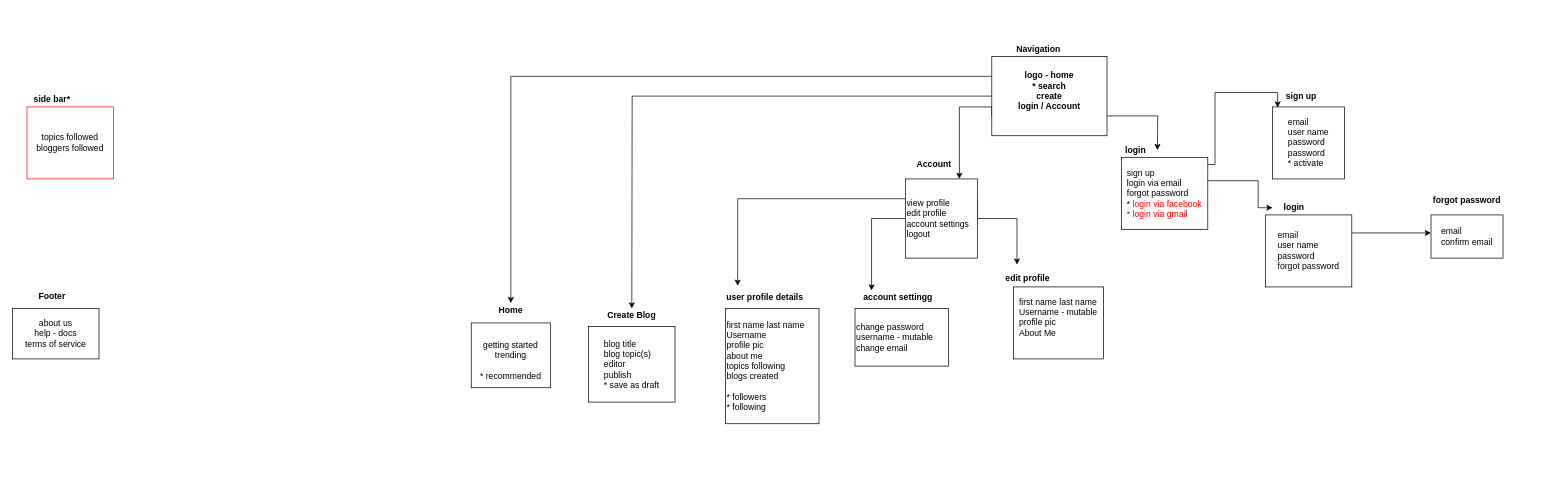
Before: doc/first_Diagram.drawio in NikhilistRaj/blog-web-app, a draw.io diagram. Source tidied: cells renumbered, new cells numbered last; positions are measured from the earlier drawing's top-left corner, leaving out a move shared by most shapes. Both pictures are drawn from the tidied source at 72%, with x=0, y=0 at pixel (12, 42).
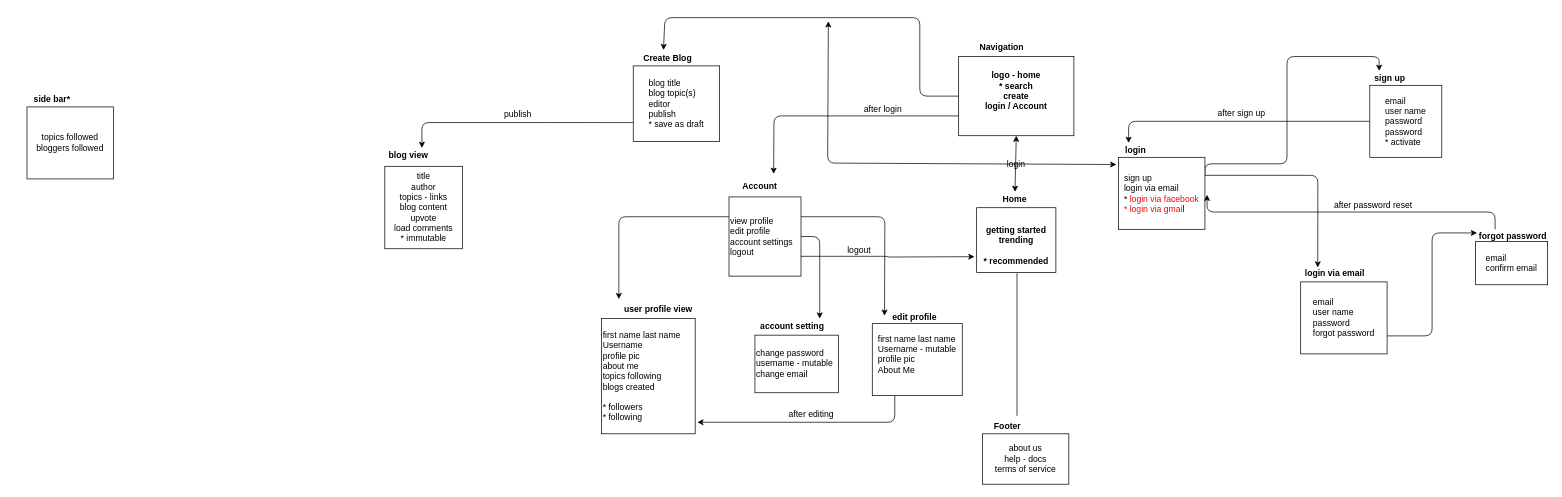
After the change.

Unchanged cells that the change refers to:
```xml
<mxCell id="8" value="&lt;b&gt;login&lt;/b&gt;" style="text;html=1;strokeColor=none;fillColor=none;align=center;verticalAlign=middle;whiteSpace=wrap;rounded=0;" parent="1" vertex="1">
  <mxGeometry x="1540" y="140" width="40" height="20" as="geometry" />
</mxCell>
```

Change to the diagram source:
```diff
@@
-    <mxCell id="2" style="edgeStyle=orthogonalEdgeStyle;rounded=0;jettySize=auto;html=1;exitX=1;exitY=0.75;exitDx=0;exitDy=0;" parent="1" edge="1" source="6">
-      <mxGeometry relative="1" as="geometry">
-        <mxPoint x="1590" y="150" as="targetPoint" />
-      </mxGeometry>
-    </mxCell>
-    <mxCell id="3" style="edgeStyle=orthogonalEdgeStyle;rounded=0;jettySize=auto;html=1;exitX=0;exitY=0.75;exitDx=0;exitDy=0;entryX=0.75;entryY=0;entryDx=0;entryDy=0;" parent="1" edge="1" source="6" target="15">
-      <mxGeometry relative="1" as="geometry">
-        <Array as="points">
-          <mxPoint x="1360" y="90" />
-          <mxPoint x="1315" y="90" />
-        </Array>
-      </mxGeometry>
-    </mxCell>
-    <mxCell id="4" style="edgeStyle=orthogonalEdgeStyle;rounded=0;jettySize=auto;html=1;exitX=0;exitY=0.5;exitDx=0;exitDy=0;" parent="1" edge="1" source="6">
-      <mxGeometry relative="1" as="geometry">
-        <mxPoint x="860" y="370" as="targetPoint" />
-      </mxGeometry>
-    </mxCell>
-    <mxCell id="5" style="edgeStyle=orthogonalEdgeStyle;rounded=0;jettySize=auto;html=1;exitX=0;exitY=0.25;exitDx=0;exitDy=0;entryX=0.5;entryY=0;entryDx=0;entryDy=0;" parent="1" edge="1" source="6" target="24">
-      <mxGeometry relative="1" as="geometry" />
-    </mxCell>
+    <mxCell id="38" style="edgeStyle=orthogonalEdgeStyle;curved=0;rounded=1;sketch=0;jettySize=auto;html=1;exitX=0;exitY=0.75;exitDx=0;exitDy=0;" parent="1" edge="1" source="6">
+      <mxGeometry relative="1" as="geometry">
+        <mxPoint x="1057" y="183" as="targetPoint" />
+      </mxGeometry>
+    </mxCell>
     <mxCell id="6" value="&lt;div&gt;&lt;div&gt;&lt;b&gt;logo - home&lt;br&gt;&lt;/b&gt;&lt;/div&gt;&lt;div&gt;&lt;b&gt;* search&lt;/b&gt;&lt;/div&gt;&lt;/div&gt;&lt;div&gt;&lt;b&gt;create&lt;/b&gt;&lt;/div&gt;&lt;div&gt;&lt;b&gt;login / Account&lt;br&gt;&lt;/b&gt;&lt;/div&gt;&lt;div&gt;&lt;br&gt;&lt;/div&gt;" style="rounded=0;whiteSpace=wrap;html=1;" parent="1" vertex="1">
-      <mxGeometry x="1360" y="20" width="160" height="110" as="geometry" />
+      <mxGeometry x="1314" y="20" width="160" height="110" as="geometry" />
     </mxCell>
+    <mxCell id="39" style="edgeStyle=orthogonalEdgeStyle;curved=0;rounded=1;sketch=0;jettySize=auto;html=1;exitX=1;exitY=0.25;exitDx=0;exitDy=0;entryX=0.25;entryY=0;entryDx=0;entryDy=0;" parent="1" edge="1" source="7" target="25">
+      <mxGeometry relative="1" as="geometry">
+        <Array as="points">
+          <mxPoint x="1656" y="169" />
+          <mxPoint x="1770" y="169" />
+          <mxPoint x="1770" y="20" />
+          <mxPoint x="1898" y="20" />
+        </Array>
+      </mxGeometry>
+    </mxCell>
+    <mxCell id="40" style="edgeStyle=orthogonalEdgeStyle;curved=0;rounded=1;sketch=0;jettySize=auto;html=1;exitX=1;exitY=0.25;exitDx=0;exitDy=0;entryX=0.25;entryY=0;entryDx=0;entryDy=0;" parent="1" edge="1" source="7" target="27">
+      <mxGeometry relative="1" as="geometry" />
+    </mxCell>
-    <mxCell id="7" value="&lt;div align=&quot;left&quot;&gt;sign up&lt;br&gt;&lt;/div&gt;&lt;div align=&quot;left&quot;&gt;login via email&lt;/div&gt;&lt;div align=&quot;left&quot;&gt;forgot password&lt;br&gt;&lt;/div&gt;&lt;div align=&quot;left&quot;&gt;*&lt;font color=&quot;#ff0000&quot;&gt; login via facebook&lt;/font&gt;&lt;/div&gt;&lt;div align=&quot;left&quot;&gt;&lt;font color=&quot;#ff0000&quot;&gt;* login via gmai&lt;/font&gt;l&lt;br&gt;&lt;/div&gt;" style="rounded=0;whiteSpace=wrap;html=1;" parent="1" vertex="1">
-      <mxGeometry x="1540" y="160" width="120" height="100" as="geometry" />
+    <mxCell id="7" value="&lt;div align=&quot;left&quot;&gt;sign up&lt;br&gt;&lt;/div&gt;&lt;div align=&quot;left&quot;&gt;login via email&lt;/div&gt;&lt;div align=&quot;left&quot;&gt;*&lt;font color=&quot;#ff0000&quot;&gt; login via facebook&lt;/font&gt;&lt;/div&gt;&lt;div align=&quot;left&quot;&gt;&lt;font color=&quot;#ff0000&quot;&gt;* login via gmai&lt;/font&gt;l&lt;br&gt;&lt;/div&gt;" style="rounded=0;whiteSpace=wrap;html=1;" parent="1" vertex="1">
+      <mxGeometry x="1536" y="160" width="120" height="100" as="geometry" />
     </mxCell>
@@
     <mxCell id="9" value="&lt;b&gt;Navigation&lt;/b&gt;" style="text;html=1;strokeColor=none;fillColor=none;align=center;verticalAlign=middle;whiteSpace=wrap;rounded=0;" parent="1" vertex="1">
-      <mxGeometry x="1390" width="70" height="20" as="geometry" />
+      <mxGeometry x="1339" y="-2.5" width="70" height="20" as="geometry" />
     </mxCell>
-    <mxCell id="10" style="edgeStyle=orthogonalEdgeStyle;rounded=0;jettySize=auto;html=1;exitX=1;exitY=0;exitDx=0;exitDy=0;entryX=0.07;entryY=0.01;entryDx=0;entryDy=0;entryPerimeter=0;" parent="1" edge="1" target="26">
-      <mxGeometry relative="1" as="geometry">
-        <mxPoint x="1660" y="170" as="sourcePoint" />
-        <Array as="points">
-          <mxPoint x="1670" y="170" />
-          <mxPoint x="1670" y="70" />
-          <mxPoint x="1757" y="70" />
-        </Array>
-      </mxGeometry>
-    </mxCell>
-    <mxCell id="11" style="edgeStyle=orthogonalEdgeStyle;rounded=0;jettySize=auto;html=1;exitX=1;exitY=0.25;exitDx=0;exitDy=0;" parent="1" edge="1" target="27">
-      <mxGeometry relative="1" as="geometry">
-        <mxPoint x="1660" y="192.5" as="sourcePoint" />
-        <Array as="points">
-          <mxPoint x="1730" y="193" />
-          <mxPoint x="1730" y="230" />
-        </Array>
-      </mxGeometry>
-    </mxCell>
+    <mxCell id="41" style="edgeStyle=orthogonalEdgeStyle;curved=0;rounded=1;sketch=0;jettySize=auto;html=1;exitX=1;exitY=0.25;exitDx=0;exitDy=0;" parent="1" edge="1" source="15">
+      <mxGeometry relative="1" as="geometry">
+        <mxPoint x="1211" y="380" as="targetPoint" />
+      </mxGeometry>
+    </mxCell>
+    <mxCell id="42" style="edgeStyle=orthogonalEdgeStyle;curved=0;rounded=1;sketch=0;jettySize=auto;html=1;exitX=1;exitY=0.75;exitDx=0;exitDy=0;" parent="1" edge="1" source="15">
+      <mxGeometry relative="1" as="geometry">
+        <mxPoint x="1336" y="298" as="targetPoint" />
+      </mxGeometry>
+    </mxCell>
-    <mxCell id="12" style="edgeStyle=orthogonalEdgeStyle;rounded=0;jettySize=auto;html=1;exitX=0;exitY=0.25;exitDx=0;exitDy=0;entryX=0.155;entryY=-0.05;entryDx=0;entryDy=0;entryPerimeter=0;" parent="1" edge="1" source="15" target="17">
+    <mxCell id="12" style="edgeStyle=orthogonalEdgeStyle;curved=0;rounded=1;sketch=0;jettySize=auto;html=1;exitX=0;exitY=0.25;exitDx=0;exitDy=0;entryX=0;entryY=0;entryDx=0;entryDy=0;" parent="1" edge="1" source="15" target="17">
       <mxGeometry relative="1" as="geometry" />
     </mxCell>
-    <mxCell id="13" style="edgeStyle=orthogonalEdgeStyle;rounded=0;jettySize=auto;html=1;exitX=1;exitY=0.25;exitDx=0;exitDy=0;entryX=0.333;entryY=-0.117;entryDx=0;entryDy=0;entryPerimeter=0;" parent="1" edge="1" source="15" target="20">
-      <mxGeometry relative="1" as="geometry">
-        <Array as="points">
-          <mxPoint x="1340" y="245" />
-          <mxPoint x="1395" y="245" />
-        </Array>
-      </mxGeometry>
-    </mxCell>
-    <mxCell id="14" style="edgeStyle=orthogonalEdgeStyle;rounded=0;jettySize=auto;html=1;exitX=0;exitY=0.5;exitDx=0;exitDy=0;entryX=0.13;entryY=-0.167;entryDx=0;entryDy=0;entryPerimeter=0;" parent="1" edge="1" source="15" target="37">
+    <mxCell id="14" style="edgeStyle=orthogonalEdgeStyle;curved=0;rounded=1;sketch=0;jettySize=auto;html=1;exitX=1;exitY=0.5;exitDx=0;exitDy=0;entryX=0.88;entryY=-0.2;entryDx=0;entryDy=0;entryPerimeter=0;" parent="1" edge="1" source="15" target="37">
       <mxGeometry relative="1" as="geometry" />
     </mxCell>
     <mxCell id="15" value="&lt;div&gt;view profile&lt;/div&gt;&lt;div&gt;edit profile&lt;/div&gt;&lt;div&gt;account settings&lt;/div&gt;&lt;div&gt;logout&lt;br&gt;&lt;/div&gt;" style="rounded=0;whiteSpace=wrap;html=1;align=left;" parent="1" vertex="1">
-      <mxGeometry x="1240" y="190" width="100" height="110" as="geometry" />
+      <mxGeometry x="995" y="215" width="100" height="110" as="geometry" />
     </mxCell>
     <mxCell id="16" value="&lt;b&gt;Account&lt;/b&gt;" style="text;html=1;strokeColor=none;fillColor=none;align=center;verticalAlign=middle;whiteSpace=wrap;rounded=0;" parent="1" vertex="1">
-      <mxGeometry x="1260" y="160" width="40" height="20" as="geometry" />
+      <mxGeometry x="1018" y="190" width="40" height="20" as="geometry" />
     </mxCell>
-    <mxCell id="17" value="&lt;b&gt;user profile details&lt;/b&gt;" style="text;html=1;strokeColor=none;fillColor=none;align=center;verticalAlign=middle;whiteSpace=wrap;rounded=0;" parent="1" vertex="1">
-      <mxGeometry x="990" y="340" width="110" height="30" as="geometry" />
+    <mxCell id="17" value="&lt;b&gt;user profile view&lt;/b&gt;" style="text;html=1;strokeColor=none;fillColor=none;align=center;verticalAlign=middle;whiteSpace=wrap;rounded=0;" parent="1" vertex="1">
+      <mxGeometry x="842" y="357" width="110" height="30" as="geometry" />
     </mxCell>
+    <mxCell id="43" style="edgeStyle=orthogonalEdgeStyle;curved=0;rounded=1;sketch=0;jettySize=auto;html=1;exitX=0.25;exitY=1;exitDx=0;exitDy=0;entryX=1.023;entryY=0.9;entryDx=0;entryDy=0;entryPerimeter=0;" parent="1" edge="1" source="18" target="19">
+      <mxGeometry relative="1" as="geometry" />
+    </mxCell>
     <mxCell id="18" value="&lt;div align=&quot;left&quot;&gt;first name last name&lt;br&gt;&lt;/div&gt;&lt;div align=&quot;left&quot;&gt;Username - mutable&lt;br&gt;&lt;/div&gt;&lt;div align=&quot;left&quot;&gt;profile pic&lt;/div&gt;&lt;div align=&quot;left&quot;&gt;About Me&lt;br&gt;&lt;/div&gt;&lt;div align=&quot;left&quot;&gt;&lt;br&gt;&lt;/div&gt;" style="rounded=0;whiteSpace=wrap;html=1;align=center;" parent="1" vertex="1">
-      <mxGeometry x="1390" y="340" width="125" height="100" as="geometry" />
+      <mxGeometry x="1194" y="391" width="125" height="100" as="geometry" />
     </mxCell>
     <mxCell id="19" value="&lt;div align=&quot;left&quot;&gt;first name last name&lt;br&gt;&lt;/div&gt;&lt;div align=&quot;left&quot;&gt;Username&lt;br&gt;&lt;/div&gt;&lt;div align=&quot;left&quot;&gt;profile pic&lt;/div&gt;&lt;div align=&quot;left&quot;&gt;about me&lt;br&gt;&lt;/div&gt;&lt;div align=&quot;left&quot;&gt;topics following&lt;br&gt;&lt;/div&gt;&lt;div align=&quot;left&quot;&gt;blogs created&lt;/div&gt;&lt;div align=&quot;left&quot;&gt;&lt;br&gt;&lt;/div&gt;&lt;div align=&quot;left&quot;&gt;* followers&lt;/div&gt;&lt;div align=&quot;left&quot;&gt;* following&lt;br&gt;&lt;/div&gt;" style="rounded=0;whiteSpace=wrap;html=1;align=left;" parent="1" vertex="1">
-      <mxGeometry x="990" y="370" width="130" height="160" as="geometry" />
+      <mxGeometry x="818" y="384" width="130" height="160" as="geometry" />
     </mxCell>
     <mxCell id="20" value="&lt;b&gt;edit profile&lt;br&gt;&lt;/b&gt;" style="text;html=1;strokeColor=none;fillColor=none;align=center;verticalAlign=middle;whiteSpace=wrap;rounded=0;" parent="1" vertex="1">
-      <mxGeometry x="1365" y="312.5" width="90" height="30" as="geometry" />
+      <mxGeometry x="1208" y="368" width="90" height="30" as="geometry" />
     </mxCell>
     <mxCell id="21" value="&lt;b&gt;Create Blog&lt;br&gt;&lt;/b&gt;" style="text;html=1;strokeColor=none;fillColor=none;align=center;verticalAlign=middle;whiteSpace=wrap;rounded=0;" parent="1" vertex="1">
-      <mxGeometry x="820" y="370" width="80" height="20" as="geometry" />
+      <mxGeometry x="870" y="13" width="80" height="20" as="geometry" />
     </mxCell>
+    <mxCell id="44" style="edgeStyle=orthogonalEdgeStyle;curved=0;rounded=1;sketch=0;jettySize=auto;html=1;exitX=0;exitY=0.75;exitDx=0;exitDy=0;entryX=0.75;entryY=0;entryDx=0;entryDy=0;" parent="1" edge="1" source="22" target="52">
+      <mxGeometry relative="1" as="geometry" />
+    </mxCell>
     <mxCell id="22" value="&lt;div align=&quot;left&quot;&gt;blog title&lt;/div&gt;&lt;div align=&quot;left&quot;&gt;blog topic(s)&lt;/div&gt;&lt;div align=&quot;left&quot;&gt;editor&lt;/div&gt;&lt;div align=&quot;left&quot;&gt;publish&lt;br&gt;&lt;/div&gt;&lt;div align=&quot;left&quot;&gt;* save as draft&lt;br&gt;&lt;/div&gt;" style="rounded=0;whiteSpace=wrap;html=1;align=center;" parent="1" vertex="1">
-      <mxGeometry x="800" y="395" width="120" height="105" as="geometry" />
+      <mxGeometry x="862" y="33" width="120" height="105" as="geometry" />
     </mxCell>
-    <mxCell id="23" value="&lt;div&gt;&lt;br&gt;&lt;/div&gt;&lt;div&gt;getting started&lt;/div&gt;&lt;div&gt;trending&lt;br&gt;&lt;/div&gt;&lt;div&gt;&lt;br&gt;&lt;/div&gt;&lt;div&gt;* recommended&lt;br&gt;&lt;/div&gt;" style="rounded=0;whiteSpace=wrap;html=1;align=center;" parent="1" vertex="1">
-      <mxGeometry x="637" y="390" width="110" height="90" as="geometry" />
+    <mxCell id="23" value="&lt;div&gt;&lt;b&gt;&lt;br&gt;&lt;/b&gt;&lt;/div&gt;&lt;div&gt;&lt;b&gt;getting started&lt;/b&gt;&lt;/div&gt;&lt;div&gt;&lt;b&gt;trending&lt;br&gt;&lt;/b&gt;&lt;/div&gt;&lt;div&gt;&lt;b&gt;&lt;br&gt;&lt;/b&gt;&lt;/div&gt;&lt;div&gt;&lt;b&gt;* recommended&lt;br&gt;&lt;/b&gt;&lt;/div&gt;" style="rounded=0;whiteSpace=wrap;html=1;align=center;" parent="1" vertex="1">
+      <mxGeometry x="1339" y="230" width="110" height="90" as="geometry" />
     </mxCell>
     <mxCell id="24" value="&lt;b&gt;Home&lt;/b&gt;" style="text;html=1;strokeColor=none;fillColor=none;align=center;verticalAlign=middle;whiteSpace=wrap;rounded=0;" parent="1" vertex="1">
-      <mxGeometry x="672" y="362.5" width="40" height="20" as="geometry" />
+      <mxGeometry x="1372" y="208" width="40" height="20" as="geometry" />
     </mxCell>
     <mxCell id="25" value="&lt;b&gt;sign up&lt;/b&gt;" style="text;html=1;strokeColor=none;fillColor=none;align=center;verticalAlign=middle;whiteSpace=wrap;rounded=0;" parent="1" vertex="1">
-      <mxGeometry x="1760" y="65" width="60" height="20" as="geometry" />
+      <mxGeometry x="1883" y="40" width="60" height="20" as="geometry" />
     </mxCell>
+    <mxCell id="45" style="edgeStyle=orthogonalEdgeStyle;curved=0;rounded=1;sketch=0;jettySize=auto;html=1;exitX=0;exitY=0.5;exitDx=0;exitDy=0;entryX=0.25;entryY=0;entryDx=0;entryDy=0;" parent="1" edge="1" source="26" target="8">
+      <mxGeometry relative="1" as="geometry" />
+    </mxCell>
     <mxCell id="26" value="&lt;div align=&quot;left&quot;&gt;email&lt;/div&gt;&lt;div align=&quot;left&quot;&gt;user name&lt;/div&gt;&lt;div align=&quot;left&quot;&gt;password&lt;/div&gt;&lt;div align=&quot;left&quot;&gt;password&lt;/div&gt;&lt;div align=&quot;left&quot;&gt;* activate&lt;br&gt;&lt;/div&gt;" style="rounded=0;whiteSpace=wrap;html=1;" parent="1" vertex="1">
-      <mxGeometry x="1750" y="90" width="100" height="100" as="geometry" />
+      <mxGeometry x="1885" y="60" width="100" height="100" as="geometry" />
     </mxCell>
-    <mxCell id="27" value="&lt;b&gt;login&lt;/b&gt;" style="text;html=1;strokeColor=none;fillColor=none;align=center;verticalAlign=middle;whiteSpace=wrap;rounded=0;" parent="1" vertex="1">
-      <mxGeometry x="1750" y="220" width="60" height="20" as="geometry" />
+    <mxCell id="27" value="&lt;b&gt;login via email&lt;br&gt;&lt;/b&gt;" style="text;html=1;strokeColor=none;fillColor=none;align=center;verticalAlign=middle;whiteSpace=wrap;rounded=0;" parent="1" vertex="1">
+      <mxGeometry x="1789" y="313" width="95" height="18" as="geometry" />
     </mxCell>
-    <mxCell id="28" style="edgeStyle=orthogonalEdgeStyle;rounded=0;jettySize=auto;html=1;exitX=1;exitY=0.25;exitDx=0;exitDy=0;" parent="1" edge="1" source="29">
-      <mxGeometry relative="1" as="geometry">
-        <mxPoint x="1970" y="265" as="targetPoint" />
-      </mxGeometry>
-    </mxCell>
+    <mxCell id="46" style="edgeStyle=orthogonalEdgeStyle;curved=0;rounded=1;sketch=0;jettySize=auto;html=1;exitX=1;exitY=0.75;exitDx=0;exitDy=0;entryX=0;entryY=0.25;entryDx=0;entryDy=0;" parent="1" edge="1" source="29" target="31">
+      <mxGeometry relative="1" as="geometry" />
+    </mxCell>
     <mxCell id="29" value="&lt;div align=&quot;left&quot;&gt;email&lt;/div&gt;&lt;div align=&quot;left&quot;&gt;user name&lt;/div&gt;&lt;div align=&quot;left&quot;&gt;password&lt;/div&gt;&lt;div align=&quot;left&quot;&gt;forgot password&lt;br&gt;&lt;/div&gt;" style="rounded=0;whiteSpace=wrap;html=1;" parent="1" vertex="1">
-      <mxGeometry x="1740" y="240" width="120" height="100" as="geometry" />
+      <mxGeometry x="1789" y="333" width="120" height="100" as="geometry" />
     </mxCell>
     <mxCell id="30" value="&lt;div align=&quot;left&quot;&gt;email&lt;/div&gt;&lt;div align=&quot;left&quot;&gt;confirm email&lt;br&gt;&lt;/div&gt;" style="rounded=0;whiteSpace=wrap;html=1;" parent="1" vertex="1">
-      <mxGeometry x="1970" y="240" width="100" height="60" as="geometry" />
+      <mxGeometry x="2032" y="277" width="100" height="60" as="geometry" />
     </mxCell>
+    <mxCell id="47" style="edgeStyle=orthogonalEdgeStyle;curved=0;rounded=1;sketch=0;jettySize=auto;html=1;exitX=0.25;exitY=0;exitDx=0;exitDy=0;" parent="1" edge="1" source="31">
+      <mxGeometry relative="1" as="geometry">
+        <mxPoint x="1659" y="212" as="targetPoint" />
+        <Array as="points">
+          <mxPoint x="2059" y="236" />
+          <mxPoint x="1659" y="236" />
+        </Array>
+      </mxGeometry>
+    </mxCell>
     <mxCell id="31" value="&lt;b&gt;forgot password&lt;/b&gt;" style="text;html=1;strokeColor=none;fillColor=none;align=center;verticalAlign=middle;whiteSpace=wrap;rounded=0;" parent="1" vertex="1">
-      <mxGeometry x="1970" y="210" width="100" height="20" as="geometry" />
+      <mxGeometry x="2034" y="260" width="100" height="20" as="geometry" />
     </mxCell>
-    <mxCell id="32" value="&lt;div&gt;topics followed&lt;/div&gt;&lt;div&gt;bloggers followed&lt;br&gt;&lt;/div&gt;" style="rounded=0;whiteSpace=wrap;html=1;strokeColor=#FF0000;" parent="1" vertex="1">
+    <mxCell id="32" value="&lt;div&gt;topics followed&lt;/div&gt;&lt;div&gt;bloggers followed&lt;br&gt;&lt;/div&gt;" style="rounded=0;whiteSpace=wrap;html=1;" parent="1" vertex="1">
       <mxGeometry x="20" y="90" width="120" height="100" as="geometry" />
     </mxCell>
@@
     <mxCell id="34" value="&lt;div&gt;about us&lt;/div&gt;&lt;div&gt;help - docs&lt;br&gt;&lt;/div&gt;&lt;div&gt;terms of service&lt;br&gt;&lt;/div&gt;" style="rounded=0;whiteSpace=wrap;html=1;" parent="1" vertex="1">
-      <mxGeometry y="370" width="120" height="70" as="geometry" />
+      <mxGeometry x="1347" y="544" width="120" height="70" as="geometry" />
     </mxCell>
     <mxCell id="35" value="&lt;b&gt;Footer&lt;/b&gt;" style="text;html=1;strokeColor=none;fillColor=none;align=center;verticalAlign=middle;whiteSpace=wrap;rounded=0;" parent="1" vertex="1">
-      <mxGeometry x="20" y="342.5" width="70" height="20" as="geometry" />
+      <mxGeometry x="1347" y="524" width="70" height="20" as="geometry" />
     </mxCell>
     <mxCell id="36" value="&lt;div&gt;change password&lt;/div&gt;&lt;div&gt;username - mutable&lt;/div&gt;&lt;div&gt;change email&lt;br&gt;&lt;/div&gt;" style="rounded=0;whiteSpace=wrap;html=1;align=left;" parent="1" vertex="1">
-      <mxGeometry x="1170" y="370" width="130" height="80" as="geometry" />
+      <mxGeometry x="1031" y="407" width="116" height="80" as="geometry" />
     </mxCell>
-    <mxCell id="37" value="&lt;b&gt;account settingg&lt;/b&gt;" style="text;html=1;strokeColor=none;fillColor=none;align=center;verticalAlign=middle;whiteSpace=wrap;rounded=0;" parent="1" vertex="1">
-      <mxGeometry x="1180" y="347.5" width="100" height="15" as="geometry" />
+    <mxCell id="37" value="&lt;b&gt;account setting&lt;/b&gt;" style="text;html=1;strokeColor=none;fillColor=none;align=center;verticalAlign=middle;whiteSpace=wrap;rounded=0;" parent="1" vertex="1">
+      <mxGeometry x="1033" y="387" width="100" height="15" as="geometry" />
     </mxCell>
+    <mxCell id="48" style="endArrow=none;html=1;" parent="1" edge="1">
+      <mxGeometry relative="1" as="geometry">
+        <mxPoint x="1395" y="519" as="sourcePoint" />
+        <mxPoint x="1395" y="321" as="targetPoint" />
+        <Array as="points">
+          <mxPoint x="1395" y="430" />
+        </Array>
+      </mxGeometry>
+    </mxCell>
+    <mxCell id="49" value="logout" style="text;html=1;strokeColor=none;fillColor=none;align=center;verticalAlign=middle;whiteSpace=wrap;rounded=0;sketch=0;" parent="1" vertex="1">
+      <mxGeometry x="1156" y="272" width="40" height="36" as="geometry" />
+    </mxCell>
+    <mxCell id="50" style="endArrow=classic;startArrow=classic;html=1;exitX=-0.025;exitY=0.1;exitDx=0;exitDy=0;exitPerimeter=0;entryX=0.75;entryY=1;entryDx=0;entryDy=0;" parent="1" edge="1" source="7">
+      <mxGeometry relative="1" as="geometry">
+        <mxPoint x="1133" y="-29" as="targetPoint" />
+        <Array as="points">
+          <mxPoint x="1132" y="168" />
+        </Array>
+      </mxGeometry>
+    </mxCell>
+    <mxCell id="51" value="&lt;div&gt;title&lt;/div&gt;&lt;div&gt;author&lt;/div&gt;&lt;div&gt;topics - links&lt;/div&gt;&lt;div&gt;blog content&lt;/div&gt;&lt;div&gt;upvote&lt;/div&gt;&lt;div&gt;load comments&lt;/div&gt;&lt;div&gt;* immutable&lt;br&gt;&lt;/div&gt;" style="rounded=0;whiteSpace=wrap;html=1;sketch=0;" parent="1" vertex="1">
+      <mxGeometry x="517" y="172.5" width="108" height="114.5" as="geometry" />
+    </mxCell>
+    <mxCell id="52" value="&lt;b&gt;blog view&lt;/b&gt;" style="text;html=1;strokeColor=none;fillColor=none;align=center;verticalAlign=middle;whiteSpace=wrap;rounded=0;sketch=0;" parent="1" vertex="1">
+      <mxGeometry x="513" y="147" width="74" height="22" as="geometry" />
+    </mxCell>
+    <mxCell id="53" value="publish" style="text;html=1;strokeColor=none;fillColor=none;align=center;verticalAlign=middle;whiteSpace=wrap;rounded=0;sketch=0;" parent="1" vertex="1">
+      <mxGeometry x="682" y="90" width="40" height="20" as="geometry" />
+    </mxCell>
+    <mxCell id="54" style="endArrow=classic;startArrow=classic;html=1;entryX=0.5;entryY=1;entryDx=0;entryDy=0;" parent="1" edge="1" source="24" target="6">
+      <mxGeometry relative="1" as="geometry" />
+    </mxCell>
+    <mxCell id="55" style="endArrow=classic;html=1;exitX=0;exitY=0.5;exitDx=0;exitDy=0;entryX=0.425;entryY=-0.1;entryDx=0;entryDy=0;entryPerimeter=0;" parent="1" edge="1" source="6" target="21">
+      <mxGeometry relative="1" as="geometry">
+        <Array as="points">
+          <mxPoint x="1260" y="75" />
+          <mxPoint x="1260" y="-34" />
+          <mxPoint x="906" y="-34" />
+        </Array>
+      </mxGeometry>
+    </mxCell>
+    <mxCell id="56" value="login" style="text;html=1;strokeColor=none;fillColor=none;align=center;verticalAlign=middle;whiteSpace=wrap;rounded=0;sketch=0;" parent="1" vertex="1">
+      <mxGeometry x="1374" y="160" width="40" height="20" as="geometry" />
+    </mxCell>
+    <mxCell id="57" value="after login" style="text;html=1;strokeColor=none;fillColor=none;align=center;verticalAlign=middle;whiteSpace=wrap;rounded=0;sketch=0;" parent="1" vertex="1">
+      <mxGeometry x="1175" y="85" width="68" height="16" as="geometry" />
+    </mxCell>
+    <mxCell id="58" value="after sign up" style="text;html=1;strokeColor=none;fillColor=none;align=center;verticalAlign=middle;whiteSpace=wrap;rounded=0;sketch=0;" parent="1" vertex="1">
+      <mxGeometry x="1669" y="90" width="76" height="17" as="geometry" />
+    </mxCell>
+    <mxCell id="59" value="after password reset" style="text;html=1;strokeColor=none;fillColor=none;align=center;verticalAlign=middle;whiteSpace=wrap;rounded=0;sketch=0;" parent="1" vertex="1">
+      <mxGeometry x="1828" y="218" width="124" height="17" as="geometry" />
+    </mxCell>
+    <mxCell id="60" value="after editing" style="text;html=1;strokeColor=none;fillColor=none;align=center;verticalAlign=middle;whiteSpace=wrap;rounded=0;sketch=0;" parent="1" vertex="1">
+      <mxGeometry x="1075" y="507" width="69" height="19" as="geometry" />
+    </mxCell>
```
